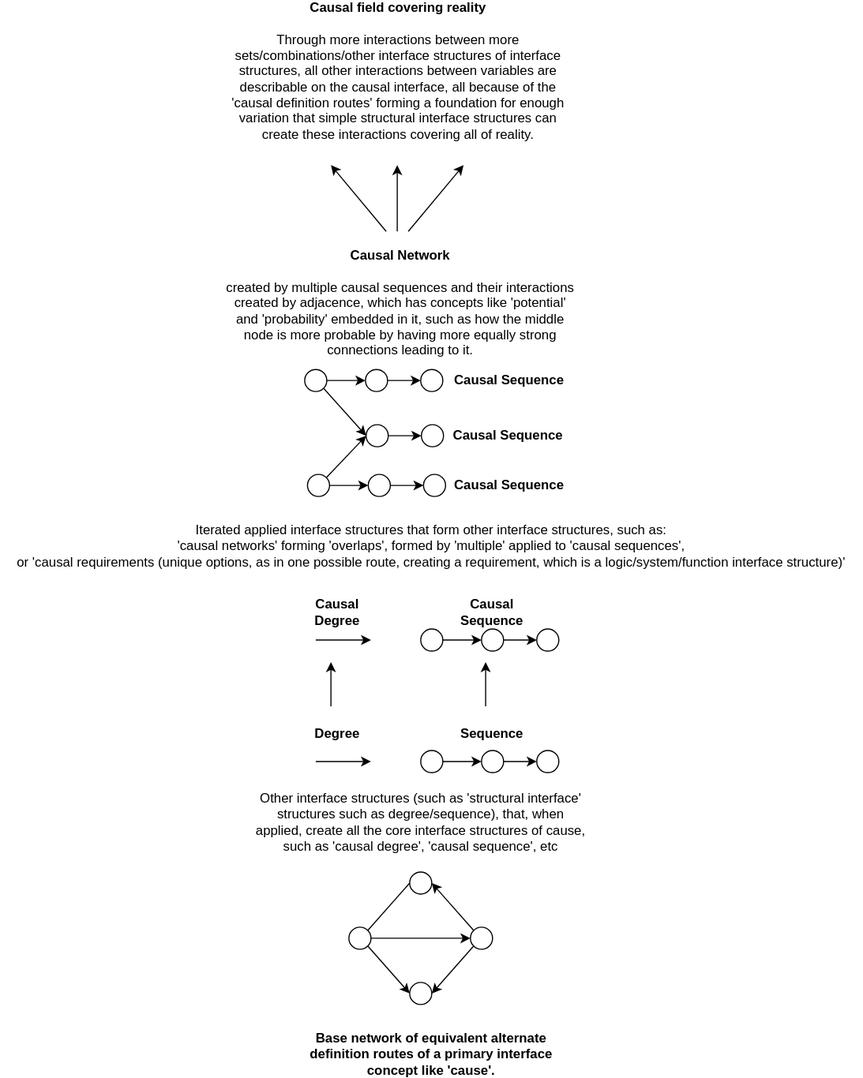
Before: docs/objects/interface_definition.drawio.svg, a diagram exported from draw.io (outdreamer/build-a-cure). Source tidied: cells renumbered, new cells last; positions are measured from the earlier drawing's top-left corner, leaving out a move shared by most shapes. Source of this version:
```xml
<mxGraphModel>
  <root>
    <mxCell id="0" />
    <mxCell id="1" parent="0" />
    <mxCell id="2" style="ellipse;whiteSpace=wrap;html=1;" parent="1" vertex="1">
      <mxGeometry x="315.2" y="790" width="20" height="20" as="geometry" />
    </mxCell>
    <mxCell id="3" style="endArrow=classic;html=1;rounded=0;exitX=1;exitY=0;exitDx=0;exitDy=0;startArrow=none;" parent="1" edge="1" source="10">
      <mxGeometry relative="1" as="geometry">
        <mxPoint x="375.2" y="750" as="targetPoint" />
      </mxGeometry>
    </mxCell>
    <mxCell id="4" style="ellipse;whiteSpace=wrap;html=1;" parent="1" vertex="1">
      <mxGeometry x="425.2" y="790" width="20" height="20" as="geometry" />
    </mxCell>
    <mxCell id="5" style="ellipse;whiteSpace=wrap;html=1;" parent="1" vertex="1">
      <mxGeometry x="370.2" y="840" width="20" height="20" as="geometry" />
    </mxCell>
    <mxCell id="6" style="endArrow=classic;html=1;rounded=0;exitX=1;exitY=0.5;exitDx=0;exitDy=0;entryX=0;entryY=0.5;entryDx=0;entryDy=0;" parent="1" edge="1" source="2" target="4">
      <mxGeometry relative="1" as="geometry" />
    </mxCell>
    <mxCell id="7" style="endArrow=classic;html=1;rounded=0;exitX=1;exitY=1;exitDx=0;exitDy=0;entryX=0;entryY=0.5;entryDx=0;entryDy=0;" parent="1" edge="1" source="2" target="5">
      <mxGeometry relative="1" as="geometry" />
    </mxCell>
    <mxCell id="8" style="endArrow=classic;html=1;rounded=0;exitX=0;exitY=1;exitDx=0;exitDy=0;entryX=1;entryY=0.5;entryDx=0;entryDy=0;" parent="1" edge="1" source="4" target="5">
      <mxGeometry relative="1" as="geometry" />
    </mxCell>
    <mxCell id="9" style="endArrow=classic;html=1;rounded=0;exitX=0;exitY=0;exitDx=0;exitDy=0;entryX=1;entryY=0.5;entryDx=0;entryDy=0;" parent="1" edge="1" source="4" target="10">
      <mxGeometry relative="1" as="geometry" />
    </mxCell>
    <mxCell id="10" style="ellipse;whiteSpace=wrap;html=1;" parent="1" vertex="1">
      <mxGeometry x="370.2" y="740" width="20" height="20" as="geometry" />
    </mxCell>
    <mxCell id="11" style="endArrow=none;html=1;rounded=0;exitX=1;exitY=0;exitDx=0;exitDy=0;entryX=0;entryY=0.5;entryDx=0;entryDy=0;" parent="1" edge="1" source="2" target="10">
      <mxGeometry relative="1" as="geometry" />
    </mxCell>
    <mxCell id="12" value="Base network of equivalent alternate definition routes of a primary interface concept like 'cause'." style="text;html=1;strokeColor=none;fillColor=none;align=center;verticalAlign=middle;whiteSpace=wrap;rounded=0;fontStyle=1;" parent="1" vertex="1">
      <mxGeometry x="275.2" y="890" width="230" height="30" as="geometry" />
    </mxCell>
    <mxCell id="13" value="Other interface structures (such as 'structural interface' structures such as degree/sequence), that, when applied, create all the core interface structures of cause, such as 'causal degree', 'causal sequence', etc" style="text;html=1;strokeColor=none;fillColor=none;align=center;verticalAlign=middle;whiteSpace=wrap;rounded=0;" parent="1" vertex="1">
      <mxGeometry x="229" y="680" width="302.5" height="30" as="geometry" />
    </mxCell>
    <mxCell id="14" style="endArrow=classic;html=1;rounded=0;" parent="1" edge="1">
      <mxGeometry relative="1" as="geometry">
        <mxPoint x="285.2" y="640" as="sourcePoint" />
        <mxPoint x="335.2" y="640" as="targetPoint" />
      </mxGeometry>
    </mxCell>
    <mxCell id="15" style="edgeStyle=orthogonalEdgeStyle;rounded=0;jettySize=auto;html=1;exitX=1;exitY=0.5;exitDx=0;exitDy=0;entryX=0;entryY=0.5;entryDx=0;entryDy=0;" parent="1" edge="1" source="16" target="17">
      <mxGeometry relative="1" as="geometry" />
    </mxCell>
    <mxCell id="16" style="ellipse;whiteSpace=wrap;html=1;" parent="1" vertex="1">
      <mxGeometry x="380.2" y="630" width="20" height="20" as="geometry" />
    </mxCell>
    <mxCell id="17" style="ellipse;whiteSpace=wrap;html=1;" parent="1" vertex="1">
      <mxGeometry x="435.2" y="630" width="20" height="20" as="geometry" />
    </mxCell>
    <mxCell id="18" style="edgeStyle=orthogonalEdgeStyle;rounded=0;jettySize=auto;html=1;exitX=1;exitY=0.5;exitDx=0;exitDy=0;entryX=0;entryY=0.5;entryDx=0;entryDy=0;" parent="1" edge="1" source="17" target="19">
      <mxGeometry relative="1" as="geometry" />
    </mxCell>
    <mxCell id="19" style="ellipse;whiteSpace=wrap;html=1;" parent="1" vertex="1">
      <mxGeometry x="485.2" y="630" width="20" height="20" as="geometry" />
    </mxCell>
    <mxCell id="20" value="Degree" style="text;html=1;strokeColor=none;fillColor=none;align=center;verticalAlign=middle;whiteSpace=wrap;rounded=0;fontStyle=1;" parent="1" vertex="1">
      <mxGeometry x="275.2" y="600" width="60" height="30" as="geometry" />
    </mxCell>
    <mxCell id="21" value="Sequence" style="text;html=1;strokeColor=none;fillColor=none;align=center;verticalAlign=middle;whiteSpace=wrap;rounded=0;fontStyle=1;" parent="1" vertex="1">
      <mxGeometry x="415.2" y="600" width="60" height="30" as="geometry" />
    </mxCell>
    <mxCell id="22" style="edgeStyle=orthogonalEdgeStyle;rounded=0;jettySize=auto;html=1;exitX=1;exitY=0.5;exitDx=0;exitDy=0;entryX=0;entryY=0.5;entryDx=0;entryDy=0;" parent="1" edge="1" source="23" target="24">
      <mxGeometry relative="1" as="geometry" />
    </mxCell>
    <mxCell id="23" style="ellipse;whiteSpace=wrap;html=1;" parent="1" vertex="1">
      <mxGeometry x="380.2" y="520" width="20" height="20" as="geometry" />
    </mxCell>
    <mxCell id="24" style="ellipse;whiteSpace=wrap;html=1;" parent="1" vertex="1">
      <mxGeometry x="435.2" y="520" width="20" height="20" as="geometry" />
    </mxCell>
    <mxCell id="25" style="edgeStyle=orthogonalEdgeStyle;rounded=0;jettySize=auto;html=1;exitX=1;exitY=0.5;exitDx=0;exitDy=0;entryX=0;entryY=0.5;entryDx=0;entryDy=0;" parent="1" edge="1" source="24" target="26">
      <mxGeometry relative="1" as="geometry" />
    </mxCell>
    <mxCell id="26" style="ellipse;whiteSpace=wrap;html=1;" parent="1" vertex="1">
      <mxGeometry x="485.2" y="520" width="20" height="20" as="geometry" />
    </mxCell>
    <mxCell id="27" value="Causal&lt;br&gt;Sequence" style="text;html=1;strokeColor=none;fillColor=none;align=center;verticalAlign=middle;whiteSpace=wrap;rounded=0;fontStyle=1;" parent="1" vertex="1">
      <mxGeometry x="415.2" y="490" width="60" height="30" as="geometry" />
    </mxCell>
    <mxCell id="28" style="endArrow=classic;html=1;rounded=0;" parent="1" edge="1">
      <mxGeometry relative="1" as="geometry">
        <mxPoint x="285.2" y="530" as="sourcePoint" />
        <mxPoint x="335.2" y="530" as="targetPoint" />
      </mxGeometry>
    </mxCell>
    <mxCell id="29" value="Causal Degree" style="text;html=1;strokeColor=none;fillColor=none;align=center;verticalAlign=middle;whiteSpace=wrap;rounded=0;fontStyle=1;" parent="1" vertex="1">
      <mxGeometry x="275.2" y="490" width="60" height="30" as="geometry" />
    </mxCell>
    <mxCell id="30" value="Iterated applied interface structures that form other interface structures, such as:&lt;br&gt;'causal networks' forming 'overlaps', formed by 'multiple' applied to 'causal sequences', &lt;br&gt;or 'causal requirements (unique options, as in one possible route, creating a requirement, which is a logic/system/function interface structure)'" style="text;html=1;strokeColor=none;fillColor=none;align=center;verticalAlign=middle;whiteSpace=wrap;rounded=0;" parent="1" vertex="1">
      <mxGeometry x="0.2" y="430" width="780" height="30" as="geometry" />
    </mxCell>
    <mxCell id="31" style="ellipse;whiteSpace=wrap;html=1;" parent="1" vertex="1">
      <mxGeometry x="330.9" y="335" width="20" height="20" as="geometry" />
    </mxCell>
    <mxCell id="32" style="edgeStyle=orthogonalEdgeStyle;rounded=0;jettySize=auto;html=1;exitX=1;exitY=0.5;exitDx=0;exitDy=0;entryX=0;entryY=0.5;entryDx=0;entryDy=0;" parent="1" edge="1" source="31" target="33">
      <mxGeometry relative="1" as="geometry" />
    </mxCell>
    <mxCell id="33" style="ellipse;whiteSpace=wrap;html=1;" parent="1" vertex="1">
      <mxGeometry x="380.9" y="335" width="20" height="20" as="geometry" />
    </mxCell>
    <mxCell id="34" style="endArrow=classic;html=1;rounded=0;" parent="1" edge="1">
      <mxGeometry relative="1" as="geometry">
        <mxPoint x="299" y="590" as="sourcePoint" />
        <mxPoint x="299" y="550" as="targetPoint" />
      </mxGeometry>
    </mxCell>
    <mxCell id="35" style="endArrow=classic;html=1;rounded=0;" parent="1" edge="1">
      <mxGeometry relative="1" as="geometry">
        <mxPoint x="439" y="590" as="sourcePoint" />
        <mxPoint x="439" y="550" as="targetPoint" />
      </mxGeometry>
    </mxCell>
    <mxCell id="36" style="edgeStyle=orthogonalEdgeStyle;rounded=0;jettySize=auto;html=1;exitX=1;exitY=0.5;exitDx=0;exitDy=0;entryX=0;entryY=0.5;entryDx=0;entryDy=0;" parent="1" edge="1" source="37" target="38">
      <mxGeometry relative="1" as="geometry" />
    </mxCell>
    <mxCell id="37" style="ellipse;whiteSpace=wrap;html=1;" parent="1" vertex="1">
      <mxGeometry x="277.8" y="380" width="20" height="20" as="geometry" />
    </mxCell>
    <mxCell id="38" style="ellipse;whiteSpace=wrap;html=1;" parent="1" vertex="1">
      <mxGeometry x="332.8" y="380" width="20" height="20" as="geometry" />
    </mxCell>
    <mxCell id="39" style="edgeStyle=orthogonalEdgeStyle;rounded=0;jettySize=auto;html=1;exitX=1;exitY=0.5;exitDx=0;exitDy=0;entryX=0;entryY=0.5;entryDx=0;entryDy=0;" parent="1" edge="1" source="38" target="40">
      <mxGeometry relative="1" as="geometry" />
    </mxCell>
    <mxCell id="40" style="ellipse;whiteSpace=wrap;html=1;" parent="1" vertex="1">
      <mxGeometry x="382.8" y="380" width="20" height="20" as="geometry" />
    </mxCell>
    <mxCell id="41" value="Causal Sequence" style="text;html=1;strokeColor=none;fillColor=none;align=center;verticalAlign=middle;whiteSpace=wrap;rounded=0;fontStyle=1;" parent="1" vertex="1">
      <mxGeometry x="400.9" y="375" width="118.8" height="30" as="geometry" />
    </mxCell>
    <mxCell id="42" value="Causal Sequence" style="text;html=1;strokeColor=none;fillColor=none;align=center;verticalAlign=middle;whiteSpace=wrap;rounded=0;fontStyle=1;" parent="1" vertex="1">
      <mxGeometry x="400.2" y="330" width="118.8" height="30" as="geometry" />
    </mxCell>
    <mxCell id="43" style="edgeStyle=orthogonalEdgeStyle;rounded=0;jettySize=auto;html=1;exitX=1;exitY=0.5;exitDx=0;exitDy=0;entryX=0;entryY=0.5;entryDx=0;entryDy=0;" parent="1" edge="1" source="44" target="45">
      <mxGeometry relative="1" as="geometry" />
    </mxCell>
    <mxCell id="44" style="ellipse;whiteSpace=wrap;html=1;" parent="1" vertex="1">
      <mxGeometry x="275.2" y="285" width="20" height="20" as="geometry" />
    </mxCell>
    <mxCell id="45" style="ellipse;whiteSpace=wrap;html=1;" parent="1" vertex="1">
      <mxGeometry x="330.2" y="285" width="20" height="20" as="geometry" />
    </mxCell>
    <mxCell id="46" style="edgeStyle=orthogonalEdgeStyle;rounded=0;jettySize=auto;html=1;exitX=1;exitY=0.5;exitDx=0;exitDy=0;entryX=0;entryY=0.5;entryDx=0;entryDy=0;" parent="1" edge="1" source="45" target="47">
      <mxGeometry relative="1" as="geometry" />
    </mxCell>
    <mxCell id="47" style="ellipse;whiteSpace=wrap;html=1;" parent="1" vertex="1">
      <mxGeometry x="380.2" y="285" width="20" height="20" as="geometry" />
    </mxCell>
    <mxCell id="48" value="Causal Sequence" style="text;html=1;strokeColor=none;fillColor=none;align=center;verticalAlign=middle;whiteSpace=wrap;rounded=0;fontStyle=1;" parent="1" vertex="1">
      <mxGeometry x="400.6" y="280" width="118.8" height="30" as="geometry" />
    </mxCell>
    <mxCell id="49" style="endArrow=classic;html=1;rounded=0;entryX=0;entryY=0.5;entryDx=0;entryDy=0;exitX=1;exitY=1;exitDx=0;exitDy=0;" parent="1" edge="1" source="44" target="31">
      <mxGeometry relative="1" as="geometry" />
    </mxCell>
    <mxCell id="50" style="endArrow=classic;html=1;rounded=0;entryX=0;entryY=0.5;entryDx=0;entryDy=0;exitX=1;exitY=0;exitDx=0;exitDy=0;" parent="1" edge="1" source="37" target="31">
      <mxGeometry relative="1" as="geometry" />
    </mxCell>
    <mxCell id="51" value="&lt;b&gt;Causal Network &lt;br&gt;&lt;/b&gt;&lt;br&gt;created by multiple causal sequences and their interactions created by adjacence, which has concepts like 'potential' and 'probability' embedded in it, such as how the middle node is more probable by having more equally strong connections leading to it." style="text;html=1;strokeColor=none;fillColor=none;align=center;verticalAlign=middle;whiteSpace=wrap;rounded=0;" parent="1" vertex="1">
      <mxGeometry x="203.5" y="210" width="318.1" height="30" as="geometry" />
    </mxCell>
    <mxCell id="52" style="endArrow=classic;html=1;rounded=0;" parent="1" edge="1">
      <mxGeometry relative="1" as="geometry">
        <mxPoint x="359" y="160" as="sourcePoint" />
        <mxPoint x="359" y="100" as="targetPoint" />
      </mxGeometry>
    </mxCell>
    <mxCell id="53" value="&lt;b&gt;Causal field covering reality&lt;br&gt;&lt;/b&gt;&lt;br&gt;Through more interactions between more sets/combinations/other interface structures of interface structures, all other interactions between variables are describable on the causal interface, all because of the 'causal definition routes' forming a foundation for enough variation that simple structural interface structures can create these interactions covering all of reality." style="text;html=1;strokeColor=none;fillColor=none;align=center;verticalAlign=middle;whiteSpace=wrap;rounded=0;" parent="1" vertex="1">
      <mxGeometry x="200.9" width="318.1" height="30" as="geometry" />
    </mxCell>
    <mxCell id="54" style="endArrow=classic;html=1;rounded=0;" parent="1" edge="1">
      <mxGeometry relative="1" as="geometry">
        <mxPoint x="369" y="160" as="sourcePoint" />
        <mxPoint x="419" y="100" as="targetPoint" />
      </mxGeometry>
    </mxCell>
    <mxCell id="55" style="endArrow=classic;html=1;rounded=0;" parent="1" edge="1">
      <mxGeometry relative="1" as="geometry">
        <mxPoint x="349" y="160" as="sourcePoint" />
        <mxPoint x="299" y="100" as="targetPoint" />
      </mxGeometry>
    </mxCell>
  </root>
</mxGraphModel>
```
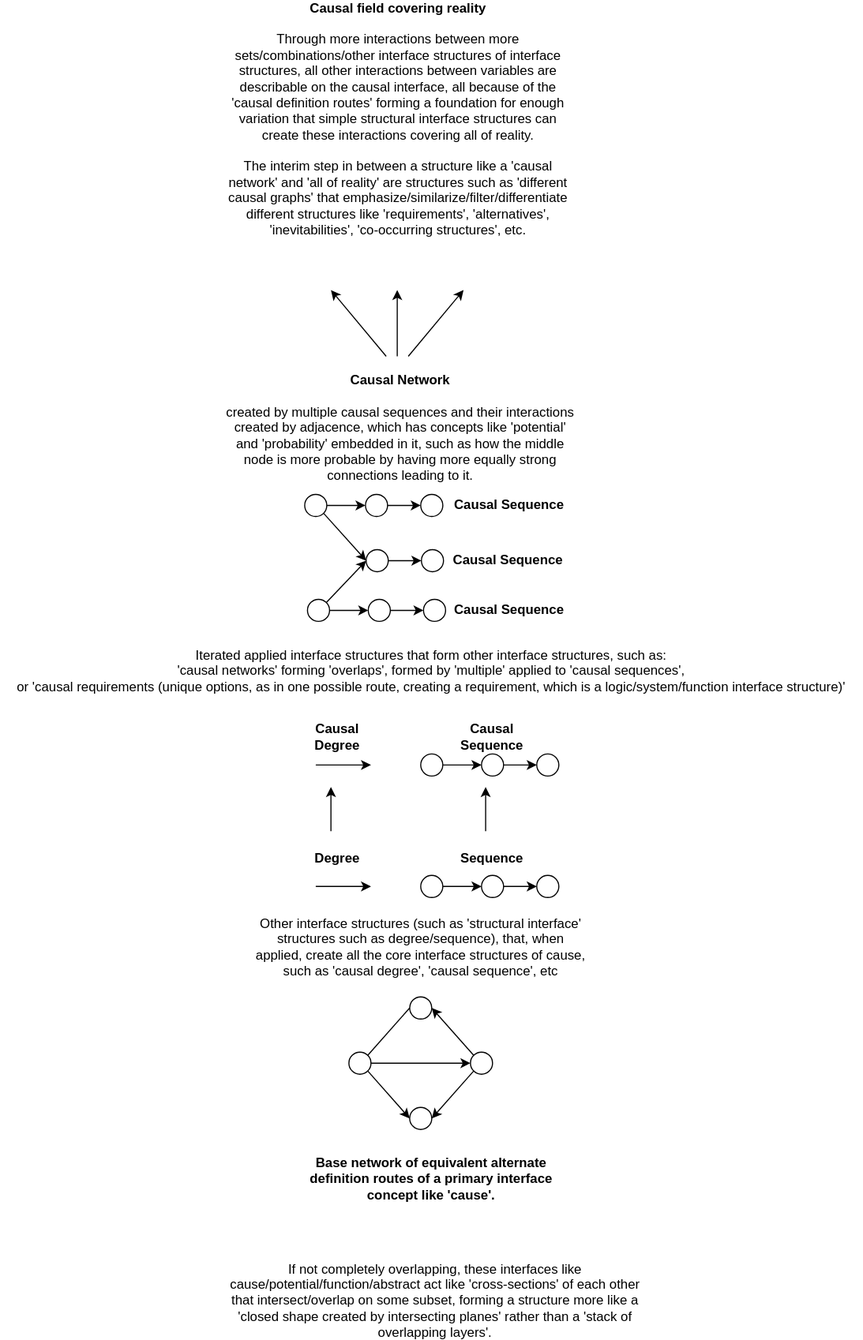
After the commit.

Diff of the diagram source:
```diff
@@ -172,8 +172,8 @@
         <mxPoint x="359" y="100" as="targetPoint" />
       </mxGeometry>
     </mxCell>
-    <mxCell id="53" value="&lt;b&gt;Causal field covering reality&lt;br&gt;&lt;/b&gt;&lt;br&gt;Through more interactions between more sets/combinations/other interface structures of interface structures, all other interactions between variables are describable on the causal interface, all because of the 'causal definition routes' forming a foundation for enough variation that simple structural interface structures can create these interactions covering all of reality." style="text;html=1;strokeColor=none;fillColor=none;align=center;verticalAlign=middle;whiteSpace=wrap;rounded=0;" parent="1" vertex="1">
-      <mxGeometry x="200.9" width="318.1" height="30" as="geometry" />
+    <mxCell id="53" value="&lt;b&gt;Causal field covering reality&lt;br&gt;&lt;/b&gt;&lt;br&gt;Through more interactions between more sets/combinations/other interface structures of interface structures, all other interactions between variables are describable on the causal interface, all because of the 'causal definition routes' forming a foundation for enough variation that simple structural interface structures can create these interactions covering all of reality.&lt;br&gt;&lt;br&gt;The interim step in between a structure like a 'causal network' and 'all of reality' are structures such as 'different causal graphs' that emphasize/similarize/filter/differentiate different structures like 'requirements', 'alternatives', 'inevitabilities', 'co-occurring structures', etc." style="text;html=1;strokeColor=none;fillColor=none;align=center;verticalAlign=middle;whiteSpace=wrap;rounded=0;" parent="1" vertex="1">
+      <mxGeometry x="200.9" y="-70" width="318.1" height="30" as="geometry" />
     </mxCell>
     <mxCell id="54" style="endArrow=classic;html=1;rounded=0;" parent="1" edge="1">
       <mxGeometry relative="1" as="geometry">
@@ -187,5 +187,8 @@
         <mxPoint x="299" y="100" as="targetPoint" />
       </mxGeometry>
     </mxCell>
+    <mxCell id="56" value="If not completely overlapping, these interfaces like cause/potential/function/abstract act like 'cross-sections' of each other that intersect/overlap on some subset, forming a structure more like a 'closed shape created by intersecting planes' rather than a 'stack of overlapping layers'." style="text;html=1;strokeColor=none;fillColor=none;align=center;verticalAlign=middle;whiteSpace=wrap;rounded=0;" parent="1" vertex="1">
+      <mxGeometry x="206.5" y="1000" width="372.5" height="30" as="geometry" />
+    </mxCell>
   </root>
 </mxGraphModel>
```
